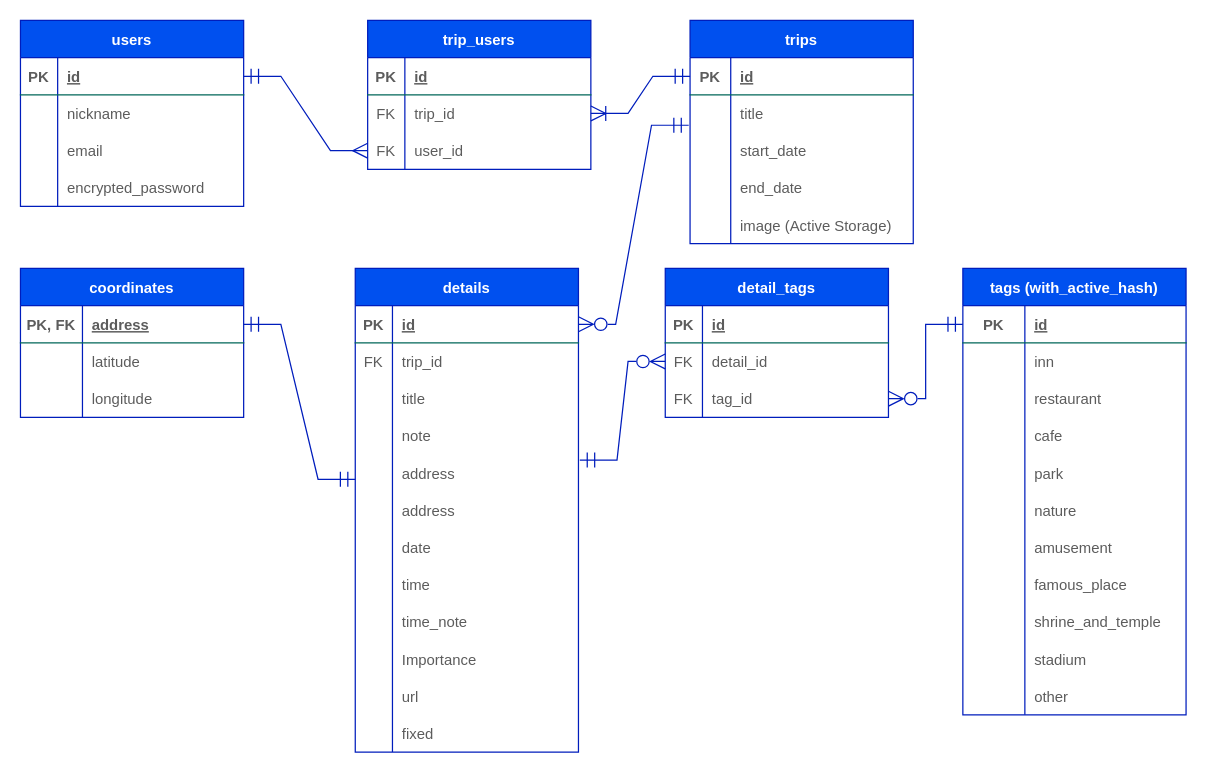
Before: .dio in satomi46/trip_maker, a draw.io diagram. Source tidied: cells renumbered, new cells numbered last; positions are measured from the earlier drawing's top-left corner, leaving out a move shared by most shapes. Both pictures are drawn from the tidied source at 124%, with x=0, y=0 at pixel (20, 20).
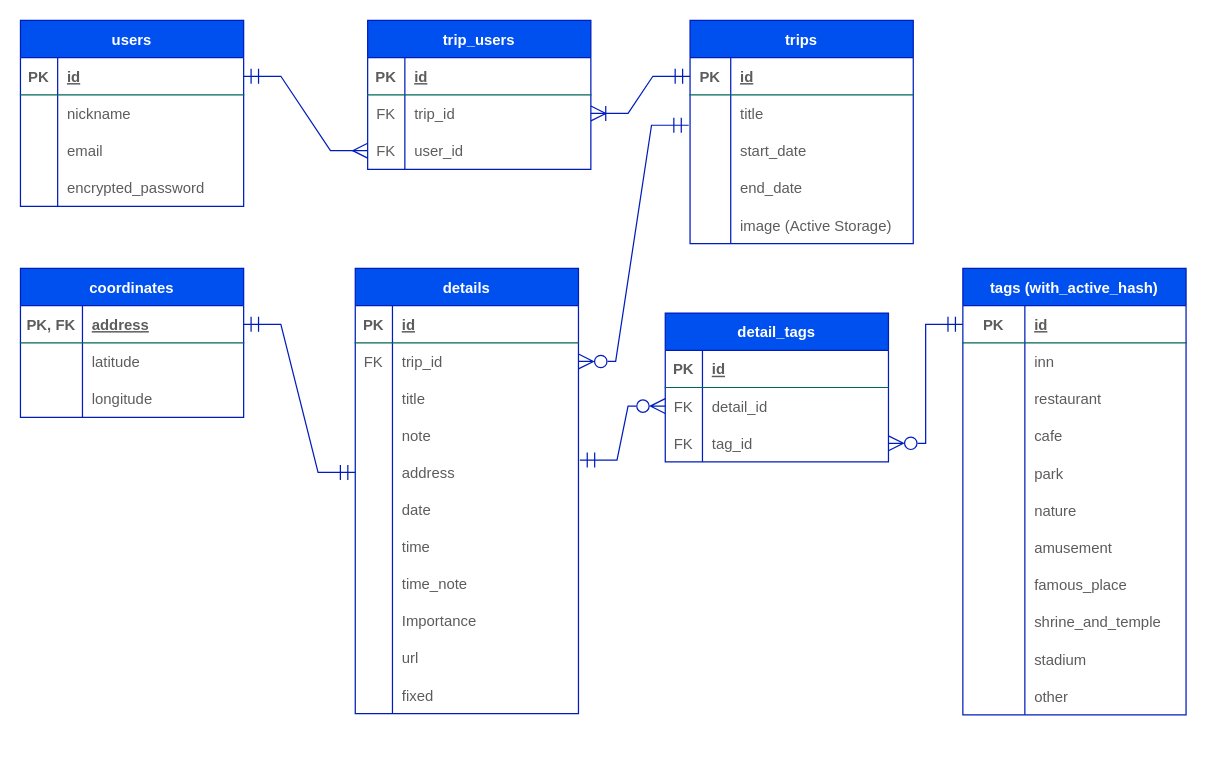
Above is the later version.

Commit message (it also covers changes not shown here):
テーブル設計、ER図の修正

Unchanged cells that the change refers to:
```xml
<mxCell id="22" style="shape=tableRow;horizontal=0;startSize=0;swimlaneHead=0;swimlaneBody=0;fillColor=none;points=[[0,0.5],[1,0.5]];portConstraint=eastwest;top=0;left=0;right=0;bottom=0;rounded=0;strokeColor=#006658;fontColor=#5C5C5C;" parent="15" vertex="1">
  <mxGeometry y="90" width="180" height="30" as="geometry" />
</mxCell>
<mxCell id="42" style="shape=tableRow;horizontal=0;startSize=0;swimlaneHead=0;swimlaneBody=0;fillColor=none;points=[[0,0.5],[1,0.5]];portConstraint=eastwest;top=0;left=0;right=0;bottom=1;rounded=0;strokeColor=#006658;fontColor=#5C5C5C;" parent="41" vertex="1">
  <mxGeometry y="30" width="180" height="30" as="geometry" />
</mxCell>
<mxCell id="45" style="shape=tableRow;horizontal=0;startSize=0;swimlaneHead=0;swimlaneBody=0;fillColor=none;points=[[0,0.5],[1,0.5]];portConstraint=eastwest;top=0;left=0;right=0;bottom=0;rounded=0;strokeColor=#006658;fontColor=#5C5C5C;" parent="41" vertex="1">
  <mxGeometry y="60" width="180" height="30" as="geometry" />
</mxCell>
<mxCell id="79" style="shape=tableRow;horizontal=0;startSize=0;swimlaneHead=0;swimlaneBody=0;fillColor=none;points=[[0,0.5],[1,0.5]];portConstraint=eastwest;top=0;left=0;right=0;bottom=1;rounded=0;strokeColor=#006658;fontColor=#5C5C5C;" parent="78" vertex="1">
  <mxGeometry y="30" width="180" height="30" as="geometry" />
</mxCell>
```

The edit, as a diff of the source:
```diff
@@
     <mxCell id="31" value="detail_tags" style="shape=table;startSize=30;childLayout=tableLayout;rowLines=0;fontStyle=1;align=center;rounded=0;fillColor=#0050ef;strokeColor=#001DBC;fontColor=#ffffff;fixDash=0;" parent="1" vertex="1">
-      <mxGeometry x="520" y="200" width="180" height="120" as="geometry" />
+      <mxGeometry x="520" y="236" width="180" height="120" as="geometry" />
     </mxCell>
@@
     <mxCell id="41" value="details" style="shape=table;startSize=30;childLayout=tableLayout;rowLines=0;fontStyle=1;align=center;rounded=0;fillColor=#0050ef;strokeColor=#001DBC;fontColor=#ffffff;fixDash=0;" parent="1" vertex="1">
-      <mxGeometry x="270" y="200" width="180" height="390" as="geometry" />
+      <mxGeometry x="270" y="200" width="180" height="359" as="geometry" />
     </mxCell>
@@
     <mxCell id="54" style="shape=tableRow;horizontal=0;startSize=0;swimlaneHead=0;swimlaneBody=0;fillColor=none;points=[[0,0.5],[1,0.5]];portConstraint=eastwest;top=0;left=0;right=0;bottom=0;rounded=0;strokeColor=#006658;fontColor=#5C5C5C;" parent="41" vertex="1">
-      <mxGeometry y="150" width="180" height="30" as="geometry" />
+      <mxGeometry y="150" width="180" height="29" as="geometry" />
     </mxCell>
     <mxCell id="55" style="shape=partialRectangle;fillColor=none;top=0;left=0;bottom=0;right=0;overflow=hidden;rounded=0;strokeColor=#006658;fontColor=#5C5C5C;" parent="54" vertex="1">
-      <mxGeometry width="30" height="30" as="geometry" />
+      <mxGeometry width="30" height="29" as="geometry" />
     </mxCell>
     <mxCell id="56" value="address" style="shape=partialRectangle;fillColor=none;top=0;left=0;bottom=0;right=0;align=left;spacingLeft=6;overflow=hidden;rounded=0;strokeColor=#006658;fontColor=#5C5C5C;" parent="54" vertex="1">
-      <mxGeometry x="30" width="150" height="30" as="geometry" />
+      <mxGeometry x="30" width="150" height="29" as="geometry" />
     </mxCell>
-    <mxCell id="57" style="shape=tableRow;horizontal=0;startSize=0;swimlaneHead=0;swimlaneBody=0;fillColor=none;top=0;left=0;right=0;bottom=0;rounded=0;strokeColor=#006658;fontColor=#5C5C5C;" parent="41" vertex="1">
-      <mxGeometry y="180" width="180" height="30" as="geometry" />
-    </mxCell>
-    <mxCell id="58" style="shape=partialRectangle;fillColor=none;top=0;left=0;bottom=0;right=0;overflow=hidden;rounded=0;strokeColor=#006658;fontColor=#5C5C5C;" parent="57" vertex="1">
-      <mxGeometry width="30" height="30" as="geometry" />
-    </mxCell>
-    <mxCell id="59" value="address" style="shape=partialRectangle;fillColor=none;top=0;left=0;bottom=0;right=0;align=left;spacingLeft=6;overflow=hidden;rounded=0;strokeColor=#006658;fontColor=#5C5C5C;" parent="57" vertex="1">
-      <mxGeometry x="30" width="150" height="30" as="geometry" />
-    </mxCell>
     <mxCell id="60" style="shape=tableRow;horizontal=0;startSize=0;swimlaneHead=0;swimlaneBody=0;fillColor=none;top=0;left=0;right=0;bottom=0;rounded=0;strokeColor=#006658;fontColor=#5C5C5C;" parent="41" vertex="1">
-      <mxGeometry y="210" width="180" height="30" as="geometry" />
+      <mxGeometry y="179" width="180" height="30" as="geometry" />
     </mxCell>
@@
     <mxCell id="63" style="shape=tableRow;horizontal=0;startSize=0;swimlaneHead=0;swimlaneBody=0;fillColor=none;top=0;left=0;right=0;bottom=0;rounded=0;strokeColor=#006658;fontColor=#5C5C5C;" parent="41" vertex="1">
-      <mxGeometry y="240" width="180" height="30" as="geometry" />
+      <mxGeometry y="209" width="180" height="30" as="geometry" />
     </mxCell>
@@
     <mxCell id="66" style="shape=tableRow;horizontal=0;startSize=0;swimlaneHead=0;swimlaneBody=0;fillColor=none;top=0;left=0;right=0;bottom=0;rounded=0;strokeColor=#006658;fontColor=#5C5C5C;" parent="41" vertex="1">
-      <mxGeometry y="270" width="180" height="30" as="geometry" />
+      <mxGeometry y="239" width="180" height="30" as="geometry" />
     </mxCell>
@@
     <mxCell id="69" style="shape=tableRow;horizontal=0;startSize=0;swimlaneHead=0;swimlaneBody=0;fillColor=none;top=0;left=0;right=0;bottom=0;rounded=0;strokeColor=#006658;fontColor=#5C5C5C;" parent="41" vertex="1">
-      <mxGeometry y="300" width="180" height="30" as="geometry" />
+      <mxGeometry y="269" width="180" height="30" as="geometry" />
     </mxCell>
@@
     <mxCell id="72" style="shape=tableRow;horizontal=0;startSize=0;swimlaneHead=0;swimlaneBody=0;fillColor=none;top=0;left=0;right=0;bottom=0;rounded=0;strokeColor=#006658;fontColor=#5C5C5C;" parent="41" vertex="1">
-      <mxGeometry y="330" width="180" height="30" as="geometry" />
+      <mxGeometry y="299" width="180" height="30" as="geometry" />
     </mxCell>
@@
     <mxCell id="75" style="shape=tableRow;horizontal=0;startSize=0;swimlaneHead=0;swimlaneBody=0;fillColor=none;top=0;left=0;right=0;bottom=0;rounded=0;strokeColor=#006658;fontColor=#5C5C5C;" parent="41" vertex="1">
-      <mxGeometry y="360" width="180" height="30" as="geometry" />
+      <mxGeometry y="329" width="180" height="30" as="geometry" />
     </mxCell>
@@
-    <mxCell id="132" style="edgeStyle=entityRelationEdgeStyle;fontSize=12;html=1;endArrow=ERmandOne;startArrow=ERmandOne;rounded=0;exitX=1;exitY=0.5;exitDx=0;exitDy=0;endSize=10;startSize=10;targetPerimeterSpacing=0;strokeColor=#001DBC;fontColor=#ffffff;fillColor=#0050ef;fixDash=0;snapToPoint=0;fontStyle=1;" parent="1" edge="1" source="79">
-      <mxGeometry relative="1" as="geometry">
-        <mxPoint x="270" y="370" as="targetPoint" />
-      </mxGeometry>
+    <mxCell id="132" style="edgeStyle=entityRelationEdgeStyle;fontSize=12;html=1;endArrow=ERmandOne;startArrow=ERmandOne;rounded=0;exitX=1;exitY=0.5;exitDx=0;exitDy=0;endSize=10;startSize=10;targetPerimeterSpacing=0;strokeColor=#001DBC;fontColor=#ffffff;fillColor=#0050ef;fixDash=0;snapToPoint=0;fontStyle=1;entryX=0;entryY=0.5;entryDx=0;entryDy=0;" parent="1" edge="1" source="79" target="54">
+      <mxGeometry relative="1" as="geometry" />
     </mxCell>
-    <mxCell id="133" style="edgeStyle=entityRelationEdgeStyle;rounded=0;jettySize=auto;html=1;exitX=1;exitY=0.5;exitDx=0;exitDy=0;entryX=-0.006;entryY=-0.183;entryDx=0;entryDy=0;startSize=10;endSize=10;targetPerimeterSpacing=0;startArrow=ERzeroToMany;startFill=0;endArrow=ERmandOne;endFill=0;entryPerimeter=0;strokeColor=#001DBC;fontColor=#ffffff;fillColor=#0050ef;fixDash=0;snapToPoint=0;fontSize=12;fontStyle=1;" parent="1" edge="1" source="42" target="22">
+    <mxCell id="133" style="edgeStyle=entityRelationEdgeStyle;rounded=0;jettySize=auto;html=1;exitX=1;exitY=0.5;exitDx=0;exitDy=0;entryX=-0.006;entryY=-0.183;entryDx=0;entryDy=0;startSize=10;endSize=10;targetPerimeterSpacing=0;startArrow=ERzeroToMany;startFill=0;endArrow=ERmandOne;endFill=0;entryPerimeter=0;strokeColor=#001DBC;fontColor=#ffffff;fillColor=#0050ef;fixDash=0;snapToPoint=0;fontSize=12;fontStyle=1;" parent="1" edge="1" source="45" target="22">
       <mxGeometry relative="1" as="geometry" />
     </mxCell>
```
